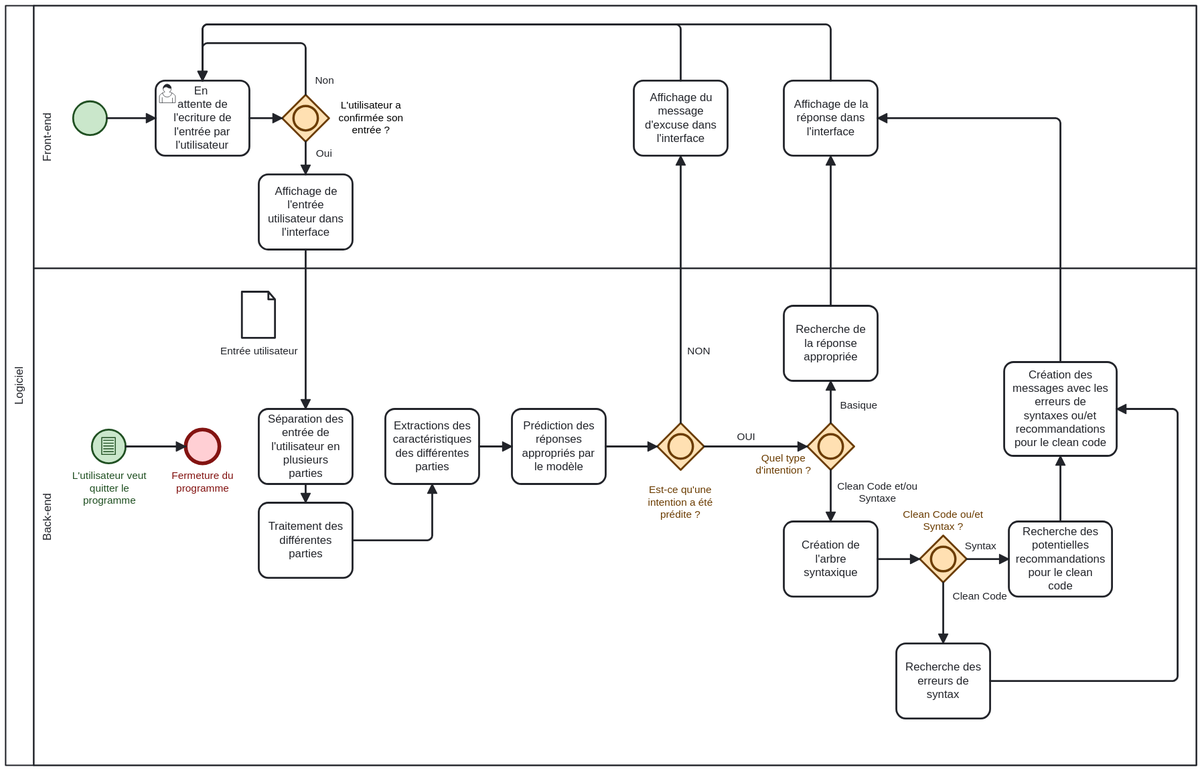
The BPMN diagram documents/Diagram/BPMN/diagram.svg in Liocans/C-3Bot, before a commit. Its source is kept beside it as documents/Diagram/BPMN/diagram.bpmn. Ids are renumbered.
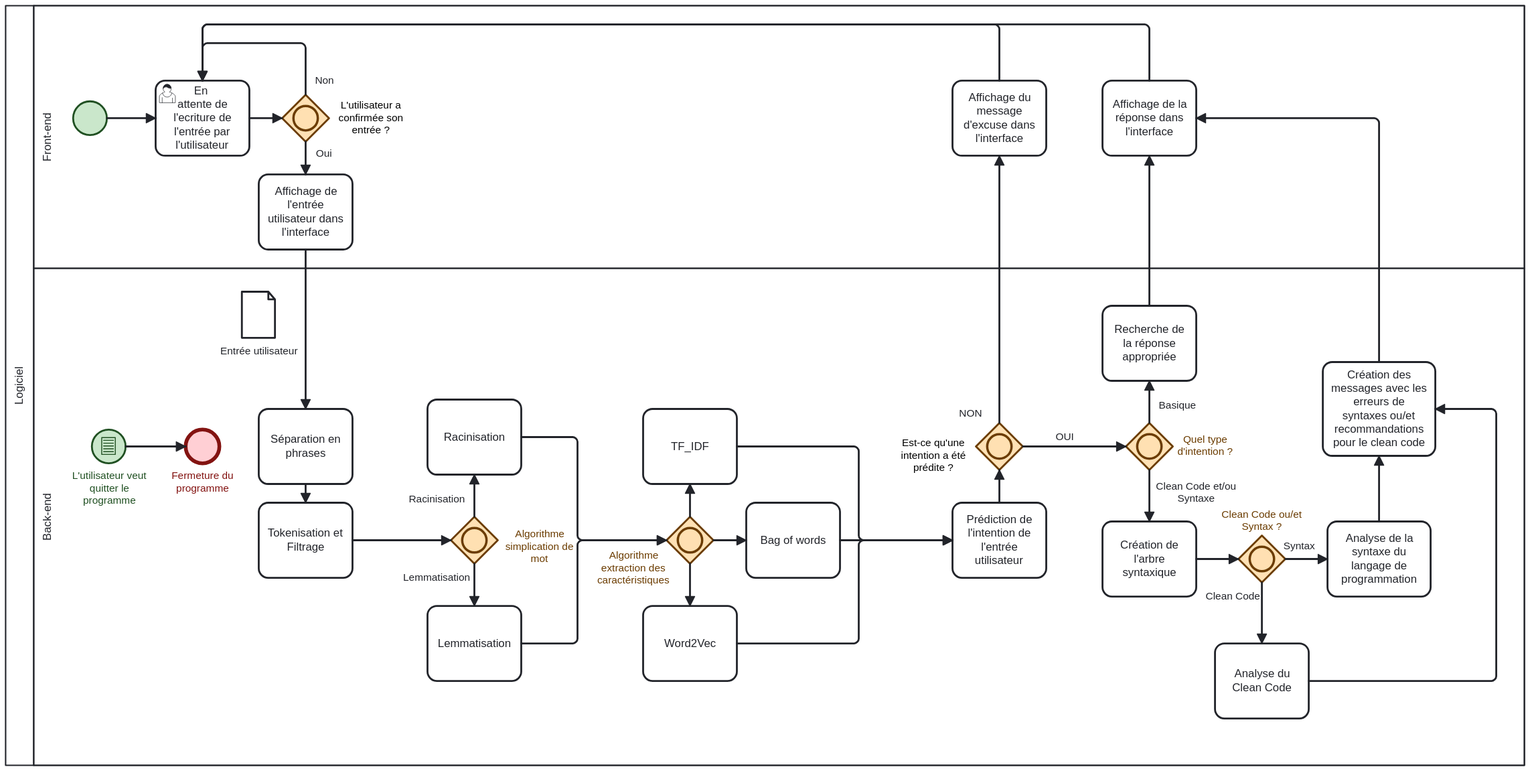
The same diagram one commit later.

Diff of the diagram source:
```diff
@@ -19,3 +19,5 @@
         <flowNodeRef>Activity_n15</flowNodeRef>
-        <flowNodeRef>Activity_n16</flowNodeRef>
+        <flowNodeRef>Gateway_n55</flowNodeRef>
+        <flowNodeRef>Activity_n56</flowNodeRef>
+        <flowNodeRef>Activity_n57</flowNodeRef>
         <flowNodeRef>Activity_n17</flowNodeRef>
@@ -29,2 +31,6 @@
         <flowNodeRef>Activity_n25</flowNodeRef>
+        <flowNodeRef>Gateway_n58</flowNodeRef>
+        <flowNodeRef>Activity_n59</flowNodeRef>
+        <flowNodeRef>Activity_n60</flowNodeRef>
+        <flowNodeRef>Activity_n61</flowNodeRef>
       </lane>
@@ -50,3 +56,3 @@
     </inclusiveGateway>
-    <task id="Activity_n14" name="Séparation des entrée de l&#39;utilisateur en plusieurs parties">
+    <task id="Activity_n14" name="Séparation en phrases">
       <incoming>Flow_n32</incoming>
@@ -69,5 +75,3 @@
     <sequenceFlow id="Flow_n33" sourceRef="Activity_n14" targetRef="Activity_n15" />
-    <sequenceFlow id="Flow_n38" sourceRef="Activity_n16" targetRef="Activity_n17" />
-    <sequenceFlow id="Flow_n39" sourceRef="Activity_n17" targetRef="Gateway_n22" />
-    <sequenceFlow id="Flow_n40" sourceRef="Activity_n15" targetRef="Activity_n16" />
+    <sequenceFlow id="Flow_n40" sourceRef="Activity_n15" targetRef="Gateway_n55" />
     <task id="Activity_n8" name="Affichage de l&#39;entrée utilisateur dans l&#39;interface">
@@ -77,3 +81,3 @@
     <sequenceFlow id="Flow_n32" sourceRef="Activity_n8" targetRef="Activity_n14" />
-    <task id="Activity_n15" name="Traitement des différentes parties">
+    <task id="Activity_n15" name="Tokenisation et Filtrage">
       <incoming>Flow_n33</incoming>
@@ -81,8 +85,23 @@
     </task>
-    <task id="Activity_n16" name="Extractions des caractéristiques des différentes parties">
+    <inclusiveGateway id="Gateway_n55" name="Algorithme simplication de mot">
       <incoming>Flow_n40</incoming>
-      <outgoing>Flow_n38</outgoing>
+      <outgoing>Flow_n62</outgoing>
+      <outgoing>Flow_n63</outgoing>
+    </inclusiveGateway>
+    <task id="Activity_n56" name="Racinisation">
+      <incoming>Flow_n62</incoming>
+      <outgoing>Flow_n64</outgoing>
     </task>
-    <task id="Activity_n17" name="Prédiction des réponses appropriés par le modèle">
-      <incoming>Flow_n38</incoming>
+    <sequenceFlow id="Flow_n62" name="Racinisation" sourceRef="Gateway_n55" targetRef="Activity_n56" />
+    <sequenceFlow id="Flow_n65" sourceRef="Activity_n57" targetRef="Gateway_n58" />
+    <sequenceFlow id="Flow_n64" sourceRef="Activity_n56" targetRef="Gateway_n58" />
+    <task id="Activity_n57" name="Lemmatisation">
+      <incoming>Flow_n63</incoming>
+      <outgoing>Flow_n65</outgoing>
+    </task>
+    <sequenceFlow id="Flow_n63" name="Lemmatisation" sourceRef="Gateway_n55" targetRef="Activity_n57" />
+    <task id="Activity_n17" name="Prédiction de l&#39;intention de l&#39;entrée utilisateur">
+      <incoming>Flow_n66</incoming>
+      <incoming>Flow_n67</incoming>
+      <incoming>Flow_n68</incoming>
       <outgoing>Flow_n39</outgoing>
@@ -107,3 +126,3 @@
     </task>
-    <task id="Activity_n20" name="Recherche des potentielles recommandations pour le clean code">
+    <task id="Activity_n20" name="Analyse de la syntaxe du langage de programmation">
       <incoming>Flow_n47</incoming>
@@ -111,3 +130,3 @@
     </task>
-    <task id="Activity_n21" name="Recherche des erreurs de syntax">
+    <task id="Activity_n21" name="Analyse du Clean Code">
       <incoming>Flow_n49</incoming>
@@ -134,2 +153,25 @@
     </task>
+    <inclusiveGateway id="Gateway_n58" name="Algorithme extraction des caractéristiques">
+      <incoming>Flow_n65</incoming>
+      <incoming>Flow_n64</incoming>
+      <outgoing>Flow_n69</outgoing>
+      <outgoing>Flow_n70</outgoing>
+      <outgoing>Flow_n71</outgoing>
+    </inclusiveGateway>
+    <task id="Activity_n59" name="TF_IDF">
+      <incoming>Flow_n69</incoming>
+      <outgoing>Flow_n66</outgoing>
+    </task>
+    <task id="Activity_n60" name="Bag of words">
+      <incoming>Flow_n70</incoming>
+      <outgoing>Flow_n67</outgoing>
+    </task>
+    <task id="Activity_n61" name="Word2Vec">
+      <incoming>Flow_n71</incoming>
+      <outgoing>Flow_n68</outgoing>
+    </task>
+    <sequenceFlow id="Flow_n66" sourceRef="Activity_n59" targetRef="Activity_n17" />
+    <sequenceFlow id="Flow_n67" sourceRef="Activity_n60" targetRef="Activity_n17" />
+    <sequenceFlow id="Flow_n68" sourceRef="Activity_n61" targetRef="Activity_n17" />
+    <sequenceFlow id="Flow_n39" sourceRef="Activity_n17" targetRef="Gateway_n22" />
     <sequenceFlow id="Flow_n41" name="NON" sourceRef="Gateway_n22" targetRef="Activity_n9" />
@@ -145,2 +187,5 @@
     <sequenceFlow id="Flow_n51" name="Clean Code et/ou Syntaxe" sourceRef="Activity_n23" targetRef="Gateway_n24" />
+    <sequenceFlow id="Flow_n69" sourceRef="Gateway_n58" targetRef="Activity_n59" />
+    <sequenceFlow id="Flow_n70" sourceRef="Gateway_n58" targetRef="Activity_n60" />
+    <sequenceFlow id="Flow_n71" sourceRef="Gateway_n58" targetRef="Activity_n61" />
   </process>
@@ -149,3 +194,3 @@
       <bpmndi:BPMNShape id="Participant_n2_di" bpmnElement="Participant_n2" isHorizontal="true" isExpanded="true">
-        <omgdc:Bounds x="160" y="80" width="1270" height="810" />
+        <omgdc:Bounds x="160" y="80" width="1620" height="810" />
         <bpmndi:BPMNLabel />
@@ -153,3 +198,3 @@
       <bpmndi:BPMNShape id="Lane_n11_di" bpmnElement="Lane_n11" isHorizontal="true">
-        <omgdc:Bounds x="190" y="360" width="1240" height="530" />
+        <omgdc:Bounds x="190" y="360" width="1590" height="530" />
         <bpmndi:BPMNLabel />
@@ -157,3 +202,3 @@
       <bpmndi:BPMNShape id="Lane_n4_di" bpmnElement="Lane_n4" isHorizontal="true">
-        <omgdc:Bounds x="190" y="80" width="1240" height="280" />
+        <omgdc:Bounds x="190" y="80" width="1590" height="280" />
         <bpmndi:BPMNLabel />
@@ -203,4 +248,14 @@
       </bpmndi:BPMNShape>
-      <bpmndi:BPMNShape id="Activity_n16_di" bpmnElement="Activity_n16">
-        <omgdc:Bounds x="565" y="510" width="100" height="80" />
+      <bpmndi:BPMNShape id="BPMNShape_n72" bpmnElement="Gateway_n55" bioc:stroke="#6b3c00" bioc:fill="#ffe0b2" color:background-color="#ffe0b2" color:border-color="#6b3c00">
+        <omgdc:Bounds x="635" y="625" width="50" height="50" />
+        <bpmndi:BPMNLabel>
+          <omgdc:Bounds x="692.5" y="637" width="73" height="40" />
+        </bpmndi:BPMNLabel>
+      </bpmndi:BPMNShape>
+      <bpmndi:BPMNShape id="BPMNShape_n73" bpmnElement="Activity_n56">
+        <omgdc:Bounds x="610" y="500" width="100" height="80" />
+        <bpmndi:BPMNLabel />
+      </bpmndi:BPMNShape>
+      <bpmndi:BPMNShape id="BPMNShape_n74" bpmnElement="Activity_n57">
+        <omgdc:Bounds x="610" y="720" width="100" height="80" />
         <bpmndi:BPMNLabel />
@@ -208,3 +263,3 @@
       <bpmndi:BPMNShape id="Activity_n17_di" bpmnElement="Activity_n17">
-        <omgdc:Bounds x="700" y="510" width="100" height="80" />
+        <omgdc:Bounds x="1170" y="610" width="100" height="80" />
         <bpmndi:BPMNLabel />
@@ -212,3 +267,3 @@
       <bpmndi:BPMNShape id="Activity_n9_di" bpmnElement="Activity_n9">
-        <omgdc:Bounds x="830" y="160" width="100" height="80" />
+        <omgdc:Bounds x="1170" y="160" width="100" height="80" />
         <bpmndi:BPMNLabel />
@@ -216,3 +271,3 @@
       <bpmndi:BPMNShape id="Activity_n10_di" bpmnElement="Activity_n10">
-        <omgdc:Bounds x="990" y="160" width="100" height="80" />
+        <omgdc:Bounds x="1330" y="160" width="100" height="80" />
         <bpmndi:BPMNLabel />
@@ -220,5 +275,5 @@
       <bpmndi:BPMNShape id="Gateway_n18_di" bpmnElement="Gateway_n18" bioc:stroke="#6b3c00" bioc:fill="#ffe0b2" color:background-color="#ffe0b2" color:border-color="#6b3c00">
-        <omgdc:Bounds x="1015" y="525" width="50" height="50" />
+        <omgdc:Bounds x="1355" y="525" width="50" height="50" />
         <bpmndi:BPMNLabel>
-          <omgdc:Bounds x="960" y="556" width="59" height="27" />
+          <omgdc:Bounds x="1410" y="536" width="59" height="27" />
         </bpmndi:BPMNLabel>
@@ -226,3 +281,3 @@
       <bpmndi:BPMNShape id="Activity_n19_di" bpmnElement="Activity_n19">
-        <omgdc:Bounds x="990" y="400" width="100" height="80" />
+        <omgdc:Bounds x="1330" y="400" width="100" height="80" />
         <bpmndi:BPMNLabel />
@@ -230,3 +285,3 @@
       <bpmndi:BPMNShape id="Activity_n20_di" bpmnElement="Activity_n20">
-        <omgdc:Bounds x="1230" y="630" width="110" height="80" />
+        <omgdc:Bounds x="1570" y="630" width="110" height="80" />
         <bpmndi:BPMNLabel />
@@ -234,3 +289,3 @@
       <bpmndi:BPMNShape id="BPMNShape_n52" bpmnElement="Activity_n21">
-        <omgdc:Bounds x="1110" y="760" width="100" height="80" />
+        <omgdc:Bounds x="1450" y="760" width="100" height="80" />
         <bpmndi:BPMNLabel />
@@ -238,5 +293,5 @@
       <bpmndi:BPMNShape id="BPMNShape_n53" bpmnElement="Gateway_n22" bioc:stroke="#6b3c00" bioc:fill="#ffe0b2" color:background-color="#ffe0b2" color:border-color="#6b3c00">
-        <omgdc:Bounds x="855" y="525" width="50" height="50" />
-        <bpmndi:BPMNLabel>
-          <omgdc:Bounds x="845" y="590" width="70" height="40" />
+        <omgdc:Bounds x="1195" y="525" width="50" height="50" />
+        <bpmndi:BPMNLabel color:color="#000000">
+          <omgdc:Bounds x="1115" y="540" width="70" height="40" />
         </bpmndi:BPMNLabel>
@@ -244,3 +299,3 @@
       <bpmndi:BPMNShape id="Activity_n23_di" bpmnElement="Activity_n23">
-        <omgdc:Bounds x="990" y="630" width="100" height="80" />
+        <omgdc:Bounds x="1330" y="630" width="100" height="80" />
         <bpmndi:BPMNLabel />
@@ -248,5 +303,5 @@
       <bpmndi:BPMNShape id="BPMNShape_n54" bpmnElement="Gateway_n24" bioc:stroke="#6b3c00" bioc:fill="#ffe0b2" color:background-color="#ffe0b2" color:border-color="#6b3c00">
-        <omgdc:Bounds x="1135" y="645" width="50" height="50" />
+        <omgdc:Bounds x="1475" y="645" width="50" height="50" />
         <bpmndi:BPMNLabel>
-          <omgdc:Bounds x="1117" y="616" width="86" height="27" />
+          <omgdc:Bounds x="1457" y="616" width="86" height="27" />
         </bpmndi:BPMNLabel>
@@ -254,3 +309,21 @@
       <bpmndi:BPMNShape id="Activity_n25_di" bpmnElement="Activity_n25">
-        <omgdc:Bounds x="1225" y="460" width="120" height="100" />
+        <omgdc:Bounds x="1565" y="460" width="120" height="100" />
+        <bpmndi:BPMNLabel />
+      </bpmndi:BPMNShape>
+      <bpmndi:BPMNShape id="BPMNShape_n75" bpmnElement="Gateway_n58" bioc:stroke="#6b3c00" bioc:fill="#ffe0b2" color:background-color="#ffe0b2" color:border-color="#6b3c00">
+        <omgdc:Bounds x="865" y="625" width="50" height="50" />
+        <bpmndi:BPMNLabel>
+          <omgdc:Bounds x="791" y="660" width="78" height="40" />
+        </bpmndi:BPMNLabel>
+      </bpmndi:BPMNShape>
+      <bpmndi:BPMNShape id="BPMNShape_n76" bpmnElement="Activity_n59">
+        <omgdc:Bounds x="840" y="510" width="100" height="80" />
+        <bpmndi:BPMNLabel />
+      </bpmndi:BPMNShape>
+      <bpmndi:BPMNShape id="BPMNShape_n77" bpmnElement="Activity_n60">
+        <omgdc:Bounds x="950" y="610" width="100" height="80" />
+        <bpmndi:BPMNLabel />
+      </bpmndi:BPMNShape>
+      <bpmndi:BPMNShape id="BPMNShape_n78" bpmnElement="Activity_n61">
+        <omgdc:Bounds x="840" y="720" width="100" height="80" />
         <bpmndi:BPMNLabel />
@@ -286,4 +359,4 @@
       <bpmndi:BPMNEdge id="Flow_n36_di" bpmnElement="Flow_n36">
-        <omgdi:waypoint x="880" y="160" />
-        <omgdi:waypoint x="880" y="100" />
+        <omgdi:waypoint x="1220" y="160" />
+        <omgdi:waypoint x="1220" y="100" />
         <omgdi:waypoint x="370" y="100" />
@@ -292,4 +365,4 @@
       <bpmndi:BPMNEdge id="Flow_n37_di" bpmnElement="Flow_n37">
-        <omgdi:waypoint x="1040" y="160" />
-        <omgdi:waypoint x="1040" y="100" />
+        <omgdi:waypoint x="1380" y="160" />
+        <omgdi:waypoint x="1380" y="100" />
         <omgdi:waypoint x="370" y="100" />
@@ -301,14 +374,5 @@
       </bpmndi:BPMNEdge>
-      <bpmndi:BPMNEdge id="Flow_n38_di" bpmnElement="Flow_n38">
-        <omgdi:waypoint x="665" y="550" />
-        <omgdi:waypoint x="700" y="550" />
-      </bpmndi:BPMNEdge>
-      <bpmndi:BPMNEdge id="Flow_n39_di" bpmnElement="Flow_n39">
-        <omgdi:waypoint x="800" y="550" />
-        <omgdi:waypoint x="855" y="550" />
-      </bpmndi:BPMNEdge>
       <bpmndi:BPMNEdge id="Flow_n40_di" bpmnElement="Flow_n40">
         <omgdi:waypoint x="530" y="650" />
-        <omgdi:waypoint x="615" y="650" />
-        <omgdi:waypoint x="615" y="590" />
+        <omgdi:waypoint x="635" y="650" />
       </bpmndi:BPMNEdge>
@@ -318,7 +382,53 @@
       </bpmndi:BPMNEdge>
+      <bpmndi:BPMNEdge id="Flow_n62_di" bpmnElement="Flow_n62">
+        <omgdi:waypoint x="660" y="625" />
+        <omgdi:waypoint x="660" y="580" />
+        <bpmndi:BPMNLabel>
+          <omgdc:Bounds x="590" y="600" width="60" height="14" />
+        </bpmndi:BPMNLabel>
+      </bpmndi:BPMNEdge>
+      <bpmndi:BPMNEdge id="Flow_n65_di" bpmnElement="Flow_n65">
+        <omgdi:waypoint x="710" y="760" />
+        <omgdi:waypoint x="770" y="760" />
+        <omgdi:waypoint x="770" y="650" />
+        <omgdi:waypoint x="865" y="650" />
+      </bpmndi:BPMNEdge>
+      <bpmndi:BPMNEdge id="Flow_n64_di" bpmnElement="Flow_n64">
+        <omgdi:waypoint x="710" y="540" />
+        <omgdi:waypoint x="770" y="540" />
+        <omgdi:waypoint x="770" y="650" />
+        <omgdi:waypoint x="865" y="650" />
+      </bpmndi:BPMNEdge>
+      <bpmndi:BPMNEdge id="Flow_n63_di" bpmnElement="Flow_n63">
+        <omgdi:waypoint x="660" y="675" />
+        <omgdi:waypoint x="660" y="720" />
+        <bpmndi:BPMNLabel>
+          <omgdc:Bounds x="584" y="683" width="72" height="14" />
+        </bpmndi:BPMNLabel>
+      </bpmndi:BPMNEdge>
+      <bpmndi:BPMNEdge id="Flow_n66_di" bpmnElement="Flow_n66">
+        <omgdi:waypoint x="940" y="550" />
+        <omgdi:waypoint x="1070" y="550" />
+        <omgdi:waypoint x="1070" y="650" />
+        <omgdi:waypoint x="1170" y="650" />
+      </bpmndi:BPMNEdge>
+      <bpmndi:BPMNEdge id="Flow_n67_di" bpmnElement="Flow_n67">
+        <omgdi:waypoint x="1050" y="650" />
+        <omgdi:waypoint x="1170" y="650" />
+      </bpmndi:BPMNEdge>
+      <bpmndi:BPMNEdge id="Flow_n68_di" bpmnElement="Flow_n68">
+        <omgdi:waypoint x="940" y="760" />
+        <omgdi:waypoint x="1070" y="760" />
+        <omgdi:waypoint x="1070" y="650" />
+        <omgdi:waypoint x="1170" y="650" />
+      </bpmndi:BPMNEdge>
+      <bpmndi:BPMNEdge id="Flow_n39_di" bpmnElement="Flow_n39">
+        <omgdi:waypoint x="1220" y="610" />
+        <omgdi:waypoint x="1220" y="575" />
+      </bpmndi:BPMNEdge>
       <bpmndi:BPMNEdge id="Flow_n41_di" bpmnElement="Flow_n41">
-        <omgdi:waypoint x="880" y="525" />
-        <omgdi:waypoint x="880" y="240" />
+        <omgdi:waypoint x="1220" y="525" />
+        <omgdi:waypoint x="1220" y="240" />
         <bpmndi:BPMNLabel>
-          <omgdc:Bounds x="887" y="442" width="25" height="14" />
+          <omgdc:Bounds x="1177" y="508" width="25" height="14" />
         </bpmndi:BPMNLabel>
@@ -326,15 +436,15 @@
       <bpmndi:BPMNEdge id="Flow_n42_di" bpmnElement="Flow_n42">
-        <omgdi:waypoint x="1040" y="400" />
-        <omgdi:waypoint x="1040" y="240" />
+        <omgdi:waypoint x="1380" y="400" />
+        <omgdi:waypoint x="1380" y="240" />
       </bpmndi:BPMNEdge>
       <bpmndi:BPMNEdge id="Flow_n43_di" bpmnElement="Flow_n43">
-        <omgdi:waypoint x="1285" y="460" />
-        <omgdi:waypoint x="1285" y="200" />
-        <omgdi:waypoint x="1090" y="200" />
+        <omgdi:waypoint x="1625" y="460" />
+        <omgdi:waypoint x="1625" y="200" />
+        <omgdi:waypoint x="1430" y="200" />
       </bpmndi:BPMNEdge>
       <bpmndi:BPMNEdge id="Flow_n44_di" bpmnElement="Flow_n44">
-        <omgdi:waypoint x="905" y="550" />
-        <omgdi:waypoint x="1015" y="550" />
+        <omgdi:waypoint x="1245" y="550" />
+        <omgdi:waypoint x="1355" y="550" />
         <bpmndi:BPMNLabel>
-          <omgdc:Bounds x="940" y="533" width="20" height="14" />
+          <omgdc:Bounds x="1280" y="533" width="20" height="14" />
         </bpmndi:BPMNLabel>
@@ -342,6 +452,6 @@
       <bpmndi:BPMNEdge id="Flow_n45_di" bpmnElement="Flow_n45">
-        <omgdi:waypoint x="1040" y="525" />
-        <omgdi:waypoint x="1040" y="480" />
+        <omgdi:waypoint x="1380" y="525" />
+        <omgdi:waypoint x="1380" y="480" />
         <bpmndi:BPMNLabel>
-          <omgdc:Bounds x="1050" y="500" width="40" height="14" />
+          <omgdc:Bounds x="1390" y="500" width="40" height="14" />
         </bpmndi:BPMNLabel>
@@ -349,10 +459,10 @@
       <bpmndi:BPMNEdge id="Flow_n46_di" bpmnElement="Flow_n46">
-        <omgdi:waypoint x="1040" y="575" />
-        <omgdi:waypoint x="1040" y="630" />
+        <omgdi:waypoint x="1380" y="575" />
+        <omgdi:waypoint x="1380" y="630" />
       </bpmndi:BPMNEdge>
       <bpmndi:BPMNEdge id="Flow_n47_di" bpmnElement="Flow_n47">
-        <omgdi:waypoint x="1185" y="670" />
-        <omgdi:waypoint x="1230" y="670" />
+        <omgdi:waypoint x="1525" y="670" />
+        <omgdi:waypoint x="1570" y="670" />
         <bpmndi:BPMNLabel>
-          <omgdc:Bounds x="1183" y="650" width="34" height="16" />
+          <omgdc:Bounds x="1523" y="650" width="34" height="14" />
         </bpmndi:BPMNLabel>
@@ -360,10 +470,10 @@
       <bpmndi:BPMNEdge id="Flow_n48_di" bpmnElement="Flow_n48">
-        <omgdi:waypoint x="1285" y="630" />
-        <omgdi:waypoint x="1285" y="560" />
+        <omgdi:waypoint x="1625" y="630" />
+        <omgdi:waypoint x="1625" y="560" />
       </bpmndi:BPMNEdge>
       <bpmndi:BPMNEdge id="Flow_n49_di" bpmnElement="Flow_n49">
-        <omgdi:waypoint x="1160" y="695" />
-        <omgdi:waypoint x="1160" y="760" />
+        <omgdi:waypoint x="1500" y="695" />
+        <omgdi:waypoint x="1500" y="760" />
         <bpmndi:BPMNLabel>
-          <omgdc:Bounds x="1170" y="703" width="59" height="14" />
+          <omgdc:Bounds x="1440" y="703" width="59" height="14" />
         </bpmndi:BPMNLabel>
@@ -371,13 +481,25 @@
       <bpmndi:BPMNEdge id="Flow_n50_di" bpmnElement="Flow_n50">
-        <omgdi:waypoint x="1210" y="800" />
-        <omgdi:waypoint x="1410" y="800" />
-        <omgdi:waypoint x="1410" y="510" />
-        <omgdi:waypoint x="1345" y="510" />
+        <omgdi:waypoint x="1550" y="800" />
+        <omgdi:waypoint x="1750" y="800" />
+        <omgdi:waypoint x="1750" y="510" />
+        <omgdi:waypoint x="1685" y="510" />
       </bpmndi:BPMNEdge>
       <bpmndi:BPMNEdge id="Flow_n51_di" bpmnElement="Flow_n51">
-        <omgdi:waypoint x="1090" y="670" />
-        <omgdi:waypoint x="1135" y="670" />
+        <omgdi:waypoint x="1430" y="670" />
+        <omgdi:waypoint x="1475" y="670" />
         <bpmndi:BPMNLabel>
-          <omgdc:Bounds x="1047" y="586" width="86" height="27" />
+          <omgdc:Bounds x="1387" y="586" width="86" height="27" />
         </bpmndi:BPMNLabel>
+      </bpmndi:BPMNEdge>
+      <bpmndi:BPMNEdge id="Flow_n69_di" bpmnElement="Flow_n69">
+        <omgdi:waypoint x="890" y="625" />
+        <omgdi:waypoint x="890" y="590" />
+      </bpmndi:BPMNEdge>
+      <bpmndi:BPMNEdge id="Flow_n70_di" bpmnElement="Flow_n70">
+        <omgdi:waypoint x="915" y="650" />
+        <omgdi:waypoint x="950" y="650" />
+      </bpmndi:BPMNEdge>
+      <bpmndi:BPMNEdge id="Flow_n71_di" bpmnElement="Flow_n71">
+        <omgdi:waypoint x="890" y="675" />
+        <omgdi:waypoint x="890" y="720" />
       </bpmndi:BPMNEdge>
```
